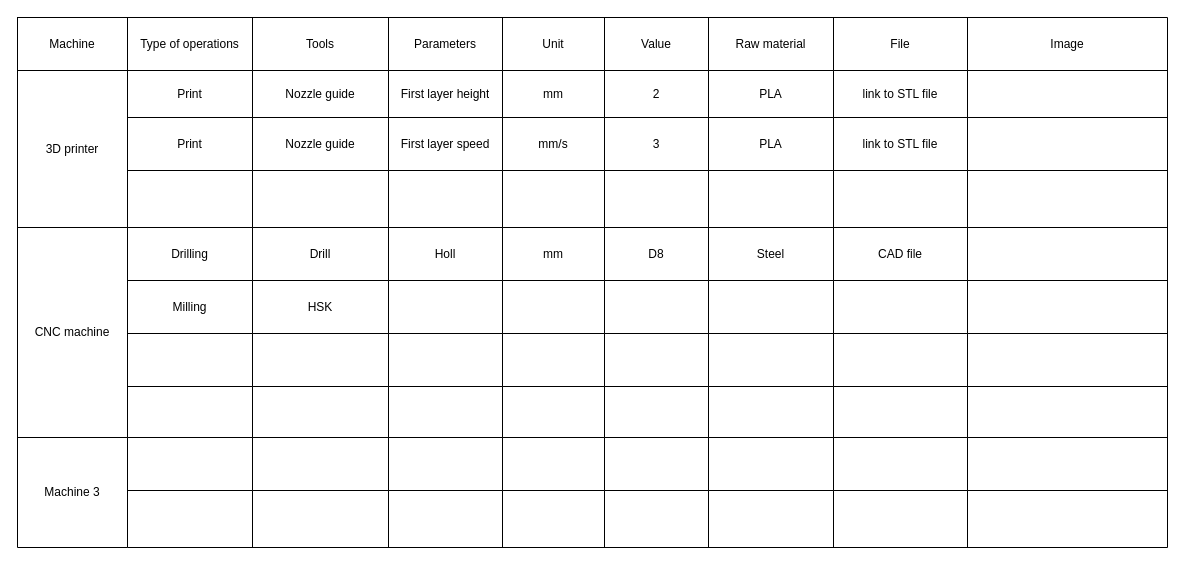
Before: Machining parameters.drawio in amerezoji1362/drawio-github, a draw.io diagram. Source tidied: cells renumbered, new cells numbered last; positions are measured from the earlier drawing's top-left corner, leaving out a move shared by most shapes. Both pictures are drawn from the tidied source at 100%, with x=0, y=0 at pixel (17, 17).
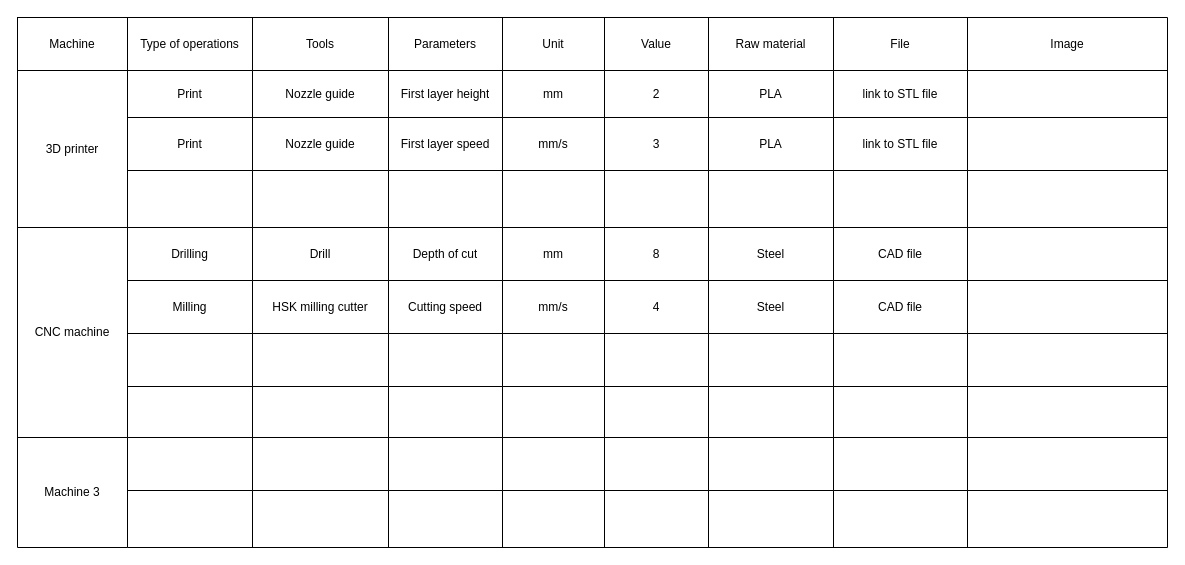
Above is the later version.

Unchanged cells that the change refers to:
```xml
<mxCell id="42" style="shape=partialRectangle;fillColor=none;top=0;left=0;bottom=0;right=0;" parent="5" vertex="1">
  <mxGeometry y="210" width="1040" height="53" as="geometry" />
</mxCell>
<mxCell id="51" style="shape=partialRectangle;fillColor=none;top=0;left=0;bottom=0;right=0;" parent="5" vertex="1">
  <mxGeometry y="263" width="1040" height="53" as="geometry" />
</mxCell>
```

The edit, as a diff of the source:
```diff
@@
-    <mxCell id="45" value="Holl" style="shape=partialRectangle;html=1;whiteSpace=wrap;overflow=hidden;fillColor=none;top=0;left=0;bottom=0;right=0;" parent="42" vertex="1">
+    <mxCell id="45" value="Depth of cut" style="shape=partialRectangle;html=1;whiteSpace=wrap;overflow=hidden;fillColor=none;top=0;left=0;bottom=0;right=0;" parent="42" vertex="1">
       <mxGeometry x="261" width="114" height="53" as="geometry" />
     </mxCell>
@@
-    <mxCell id="47" value="D8" style="shape=partialRectangle;html=1;whiteSpace=wrap;overflow=hidden;fillColor=none;top=0;left=0;bottom=0;right=0;" parent="42" vertex="1">
+    <mxCell id="47" value="8" style="shape=partialRectangle;html=1;whiteSpace=wrap;overflow=hidden;fillColor=none;top=0;left=0;bottom=0;right=0;" parent="42" vertex="1">
       <mxGeometry x="477" width="104" height="53" as="geometry" />
     </mxCell>
@@
-    <mxCell id="53" value="HSK" style="shape=partialRectangle;html=1;whiteSpace=wrap;overflow=hidden;fillColor=none;top=0;left=0;bottom=0;right=0;" parent="51" vertex="1">
+    <mxCell id="53" value="HSK milling cutter " style="shape=partialRectangle;html=1;whiteSpace=wrap;overflow=hidden;fillColor=none;top=0;left=0;bottom=0;right=0;" parent="51" vertex="1">
       <mxGeometry x="125" width="136" height="53" as="geometry" />
     </mxCell>
-    <mxCell id="54" style="shape=partialRectangle;html=1;whiteSpace=wrap;overflow=hidden;fillColor=none;top=0;left=0;bottom=0;right=0;" parent="51" vertex="1">
+    <mxCell id="54" value="Cutting speed" style="shape=partialRectangle;html=1;whiteSpace=wrap;overflow=hidden;fillColor=none;top=0;left=0;bottom=0;right=0;" parent="51" vertex="1">
       <mxGeometry x="261" width="114" height="53" as="geometry" />
     </mxCell>
-    <mxCell id="55" style="shape=partialRectangle;html=1;whiteSpace=wrap;overflow=hidden;fillColor=none;top=0;left=0;bottom=0;right=0;" parent="51" vertex="1">
+    <mxCell id="55" value="mm/s" style="shape=partialRectangle;html=1;whiteSpace=wrap;overflow=hidden;fillColor=none;top=0;left=0;bottom=0;right=0;" parent="51" vertex="1">
       <mxGeometry x="375" width="102" height="53" as="geometry" />
     </mxCell>
-    <mxCell id="56" style="shape=partialRectangle;html=1;whiteSpace=wrap;overflow=hidden;fillColor=none;top=0;left=0;bottom=0;right=0;" parent="51" vertex="1">
+    <mxCell id="56" value="4" style="shape=partialRectangle;html=1;whiteSpace=wrap;overflow=hidden;fillColor=none;top=0;left=0;bottom=0;right=0;" parent="51" vertex="1">
       <mxGeometry x="477" width="104" height="53" as="geometry" />
     </mxCell>
-    <mxCell id="57" style="shape=partialRectangle;html=1;whiteSpace=wrap;overflow=hidden;fillColor=none;top=0;left=0;bottom=0;right=0;" parent="51" vertex="1">
+    <mxCell id="57" value="Steel" style="shape=partialRectangle;html=1;whiteSpace=wrap;overflow=hidden;fillColor=none;top=0;left=0;bottom=0;right=0;" parent="51" vertex="1">
       <mxGeometry x="581" width="125" height="53" as="geometry" />
     </mxCell>
-    <mxCell id="58" style="shape=partialRectangle;html=1;whiteSpace=wrap;overflow=hidden;fillColor=none;top=0;left=0;bottom=0;right=0;" parent="51" vertex="1">
+    <mxCell id="58" value="CAD file" style="shape=partialRectangle;html=1;whiteSpace=wrap;overflow=hidden;fillColor=none;top=0;left=0;bottom=0;right=0;" parent="51" vertex="1">
       <mxGeometry x="706" width="134" height="53" as="geometry" />
     </mxCell>
```
